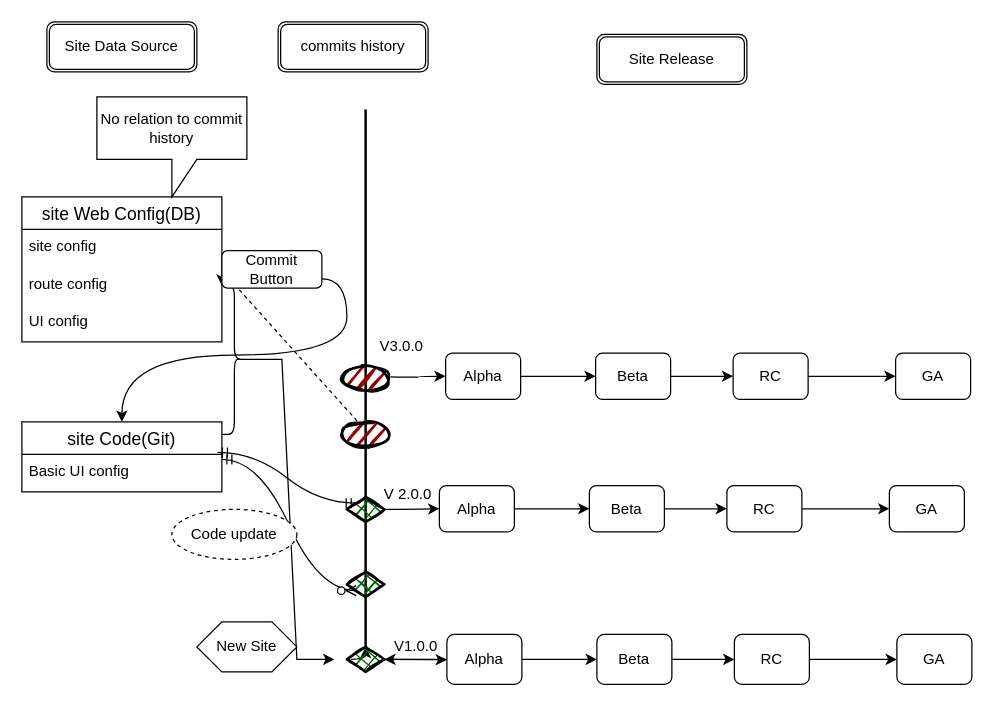
Earlier version of the draw.io diagram Untitled Diagram.drawio (SunShine1720/Dynamic). Source tidied: cells renumbered, new cells numbered last; positions are measured from the earlier drawing's top-left corner, leaving out a move shared by most shapes. Both pictures are drawn from the tidied source at 125%, with x=0, y=0 at pixel (21, 21).
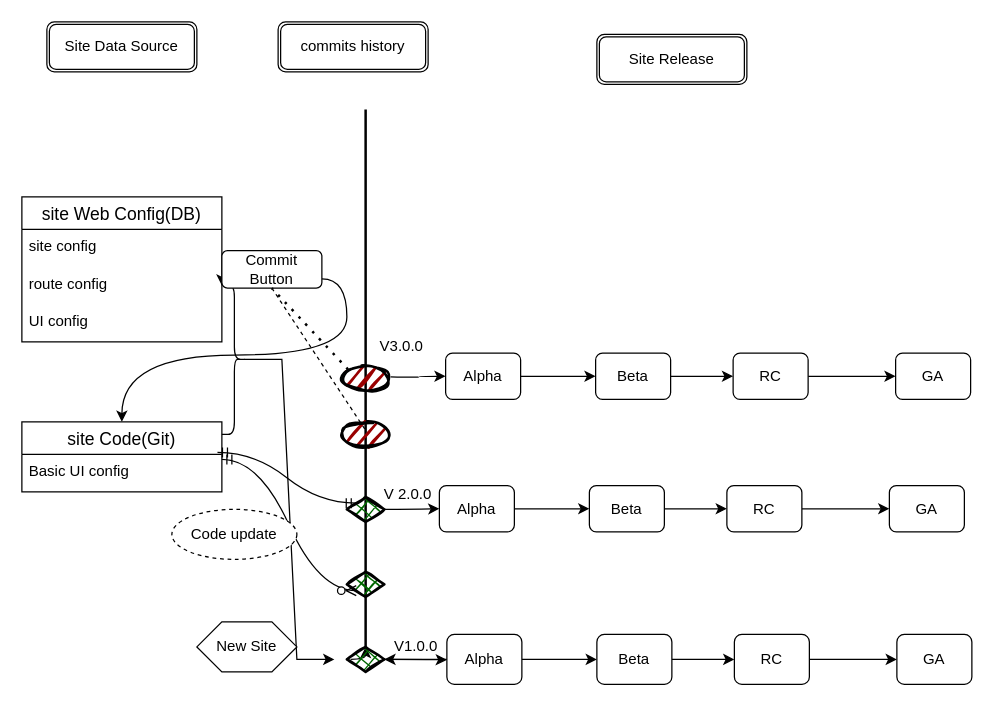
Above is the later version.

The change refers to these unchanged cells:
```xml
<mxCell id="2" style="line;strokeWidth=2;direction=south;html=1;" parent="1" vertex="1">
  <mxGeometry x="270" y="70" width="10" height="430" as="geometry" />
</mxCell>
<mxCell id="15" style="shape=curlyBracket;whiteSpace=wrap;html=1;rounded=1;flipH=1;" parent="1" vertex="1">
  <mxGeometry x="160" y="210" width="20" height="120" as="geometry" />
</mxCell>
<mxCell id="45" value="Commit Button" style="rounded=1;whiteSpace=wrap;html=1;" parent="1" vertex="1">
  <mxGeometry x="160" y="183" width="80" height="30" as="geometry" />
</mxCell>
<mxCell id="47" style="ellipse;whiteSpace=wrap;html=1;strokeWidth=2;fillWeight=2;hachureGap=8;fillColor=#990000;fillStyle=dots;sketch=1;" parent="1" vertex="1">
  <mxGeometry x="255" y="275" width="40" height="20" as="geometry" />
</mxCell>
```

The edit, as a diff of the source:
```diff
@@
-    <mxCell id="39" value="No relation to commit history" style="shape=callout;whiteSpace=wrap;html=1;perimeter=calloutPerimeter;" parent="1" vertex="1">
-      <mxGeometry x="60" y="60" width="120" height="80" as="geometry" />
-    </mxCell>
@@
-    <mxCell id="43" style="endArrow=none;dashed=1;html=1;rounded=0;curved=1;exitX=0.5;exitY=0;exitDx=0;exitDy=0;entryX=0.598;entryY=0.476;entryDx=0;entryDy=0;entryPerimeter=0;" parent="1" edge="1" source="15" target="2">
+    <mxCell id="43" style="endArrow=none;dashed=1;html=1;rounded=0;curved=1;exitX=0.5;exitY=1;exitDx=0;exitDy=0;entryX=0.598;entryY=0.476;entryDx=0;entryDy=0;entryPerimeter=0;" parent="1" edge="1" source="45" target="2">
       <mxGeometry relative="1" as="geometry" />
     </mxCell>
@@
+    <mxCell id="57" style="endArrow=none;dashed=1;html=1;dashPattern=1 3;strokeWidth=2;rounded=0;curved=1;entryX=0.5;entryY=1;entryDx=0;entryDy=0;exitX=0;exitY=0;exitDx=0;exitDy=0;" parent="1" edge="1" source="47" target="45">
+      <mxGeometry relative="1" as="geometry" />
+    </mxCell>
```
